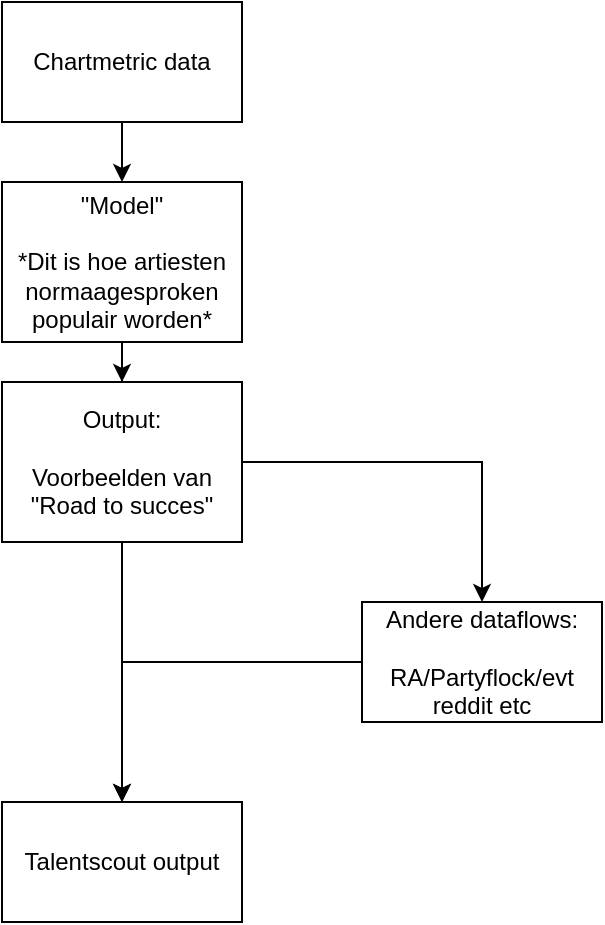
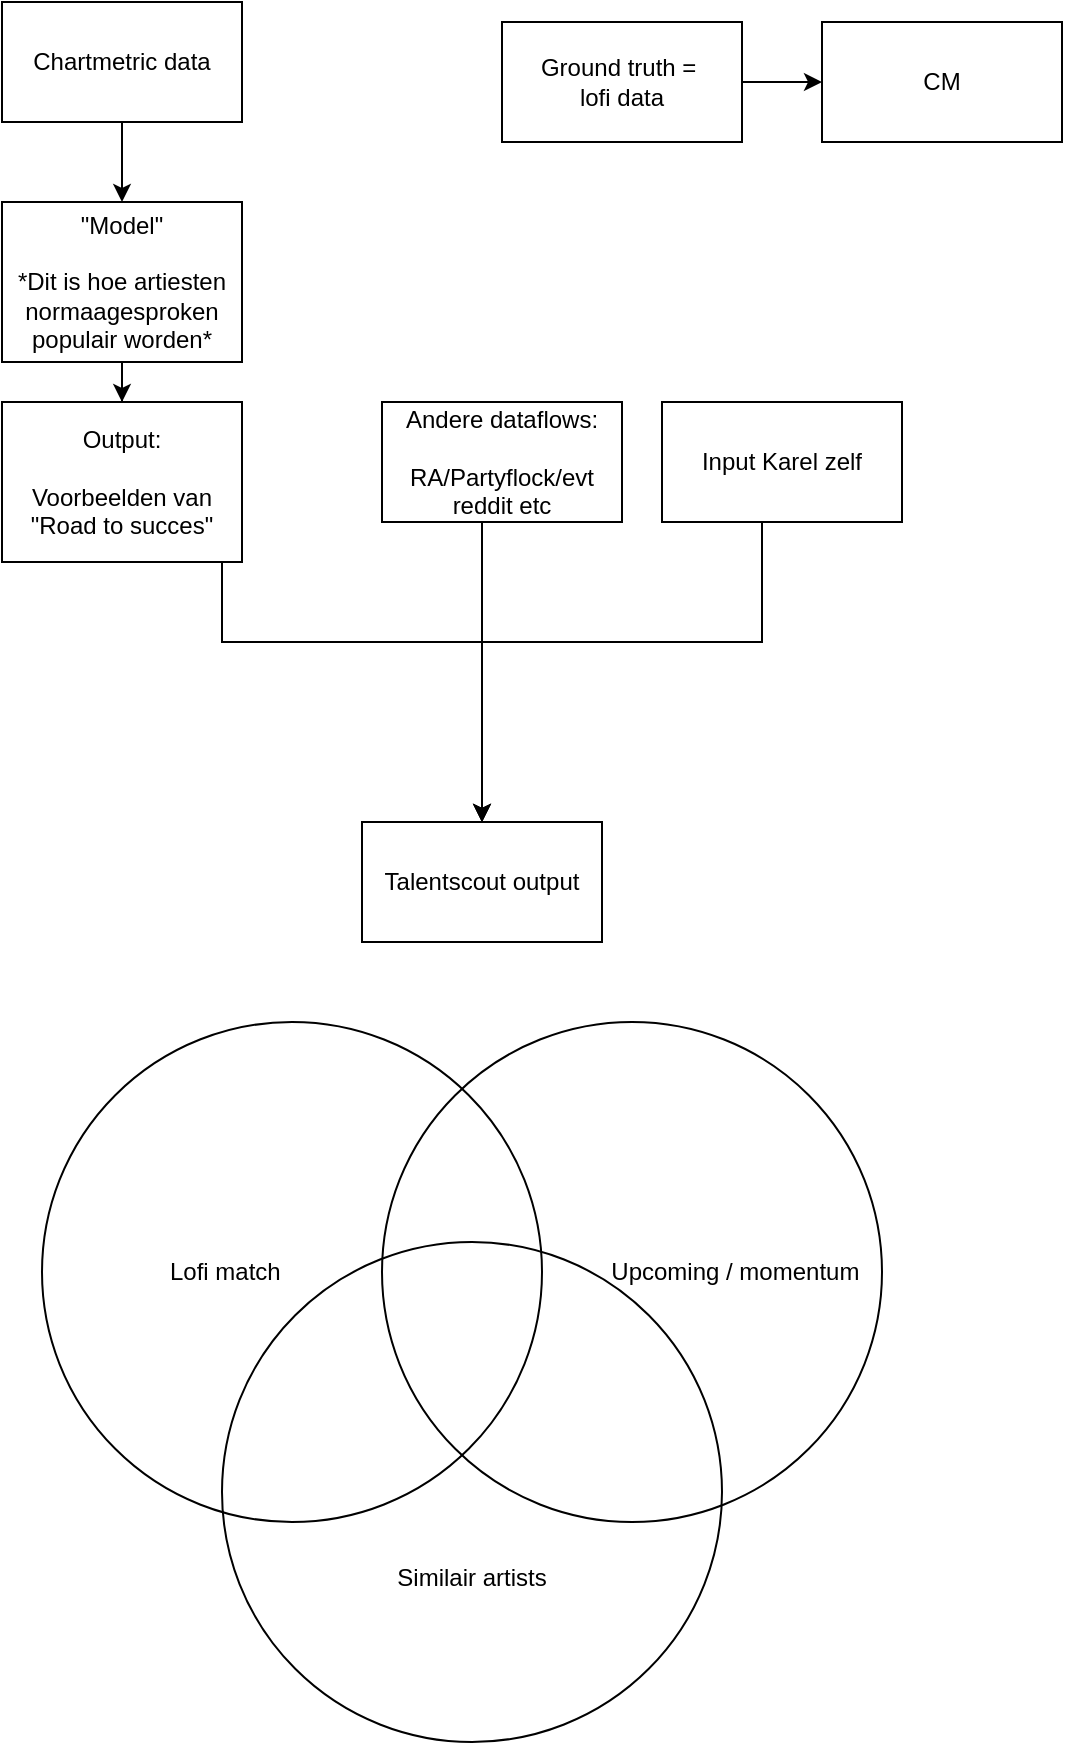
<mxfile host="app.diagrams.net">
  <diagram name="Pagina-1" id="noXttej1SAf8xjOeNVDw">
-     <mxGraphModel dx="1172" dy="628" grid="1" gridSize="10" guides="1" tooltips="1" connect="1" arrows="1" fold="1" page="1" pageScale="1" pageWidth="827" pageHeight="1169" math="0" shadow="0">
+     <mxGraphModel dx="803" dy="431" grid="1" gridSize="10" guides="1" tooltips="1" connect="1" arrows="1" fold="1" page="1" pageScale="1" pageWidth="827" pageHeight="1169" math="0" shadow="0">
      <root>
        <mxCell id="0" />
        <mxCell id="1" parent="0" />
        <mxCell id="akCuC50f9PSZu7p6AyEB-3" edge="1" parent="1" source="akCuC50f9PSZu7p6AyEB-1" style="edgeStyle=orthogonalEdgeStyle;rounded=0;orthogonalLoop=1;jettySize=auto;html=1;" target="akCuC50f9PSZu7p6AyEB-2" value="">
          <mxGeometry relative="1" as="geometry" />
        </mxCell>
        <mxCell id="akCuC50f9PSZu7p6AyEB-1" parent="1" style="rounded=0;whiteSpace=wrap;html=1;" value="Chartmetric data" vertex="1">
-           <mxGeometry height="60" width="120" x="300" y="50" as="geometry" />
+           <mxGeometry height="60" width="120" x="250" y="50" as="geometry" />
        </mxCell>
        <mxCell id="akCuC50f9PSZu7p6AyEB-5" edge="1" parent="1" source="akCuC50f9PSZu7p6AyEB-2" style="edgeStyle=orthogonalEdgeStyle;rounded=0;orthogonalLoop=1;jettySize=auto;html=1;" target="akCuC50f9PSZu7p6AyEB-4" value="">
          <mxGeometry relative="1" as="geometry" />
        </mxCell>
        <mxCell id="akCuC50f9PSZu7p6AyEB-2" parent="1" style="rounded=0;whiteSpace=wrap;html=1;" value="&quot;Model&quot;&lt;div&gt;&lt;br&gt;&lt;/div&gt;&lt;div&gt;*Dit is hoe artiesten normaagesproken populair worden*&lt;/div&gt;" vertex="1">
-           <mxGeometry height="80" width="120" x="300" y="140" as="geometry" />
+           <mxGeometry height="80" width="120" x="250" y="150" as="geometry" />
        </mxCell>
-         <mxCell id="akCuC50f9PSZu7p6AyEB-9" edge="1" parent="1" source="akCuC50f9PSZu7p6AyEB-4" style="edgeStyle=orthogonalEdgeStyle;rounded=0;orthogonalLoop=1;jettySize=auto;html=1;" target="akCuC50f9PSZu7p6AyEB-6">
+         <mxCell id="akCuC50f9PSZu7p6AyEB-11" edge="1" parent="1" source="akCuC50f9PSZu7p6AyEB-4" style="edgeStyle=orthogonalEdgeStyle;rounded=0;orthogonalLoop=1;jettySize=auto;html=1;" target="akCuC50f9PSZu7p6AyEB-8">
+           <mxGeometry relative="1" as="geometry">
+             <Array as="points">
+               <mxPoint x="360" y="370" />
+               <mxPoint x="490" y="370" />
+             </Array>
+           </mxGeometry>
+         </mxCell>
+         <mxCell id="akCuC50f9PSZu7p6AyEB-4" parent="1" style="rounded=0;whiteSpace=wrap;html=1;" value="Output:&lt;div&gt;&lt;br&gt;&lt;/div&gt;&lt;div&gt;Voorbeelden van &quot;Road to succes&quot;&lt;/div&gt;" vertex="1">
+           <mxGeometry height="80" width="120" x="250" y="250" as="geometry" />
+         </mxCell>
+         <mxCell id="akCuC50f9PSZu7p6AyEB-13" edge="1" parent="1" source="akCuC50f9PSZu7p6AyEB-6" style="edgeStyle=orthogonalEdgeStyle;rounded=0;orthogonalLoop=1;jettySize=auto;html=1;entryX=0.5;entryY=0;entryDx=0;entryDy=0;" target="akCuC50f9PSZu7p6AyEB-8">
+           <mxGeometry relative="1" as="geometry">
+             <Array as="points">
+               <mxPoint x="490" y="310" />
+               <mxPoint x="490" y="310" />
+             </Array>
+           </mxGeometry>
+         </mxCell>
+         <mxCell id="akCuC50f9PSZu7p6AyEB-6" parent="1" style="rounded=0;whiteSpace=wrap;html=1;" value="Andere dataflows:&lt;div&gt;&lt;br&gt;&lt;/div&gt;&lt;div&gt;RA/Partyflock/evt reddit etc&lt;/div&gt;" vertex="1">
+           <mxGeometry height="60" width="120" x="440" y="250" as="geometry" />
+         </mxCell>
+         <mxCell id="akCuC50f9PSZu7p6AyEB-8" parent="1" style="rounded=0;whiteSpace=wrap;html=1;" value="Talentscout output" vertex="1">
+           <mxGeometry height="60" width="120" x="430" y="460" as="geometry" />
+         </mxCell>
+         <mxCell id="akCuC50f9PSZu7p6AyEB-16" edge="1" parent="1" source="akCuC50f9PSZu7p6AyEB-14" style="edgeStyle=orthogonalEdgeStyle;rounded=0;orthogonalLoop=1;jettySize=auto;html=1;" target="akCuC50f9PSZu7p6AyEB-8">
+           <mxGeometry relative="1" as="geometry">
+             <Array as="points">
+               <mxPoint x="630" y="370" />
+               <mxPoint x="490" y="370" />
+             </Array>
+           </mxGeometry>
+         </mxCell>
+         <mxCell id="akCuC50f9PSZu7p6AyEB-14" parent="1" style="rounded=0;whiteSpace=wrap;html=1;" value="Input Karel zelf" vertex="1">
+           <mxGeometry height="60" width="120" x="580" y="250" as="geometry" />
+         </mxCell>
+         <mxCell id="akCuC50f9PSZu7p6AyEB-19" edge="1" parent="1" source="akCuC50f9PSZu7p6AyEB-17" style="edgeStyle=orthogonalEdgeStyle;rounded=0;orthogonalLoop=1;jettySize=auto;html=1;" target="akCuC50f9PSZu7p6AyEB-18" value="">
          <mxGeometry relative="1" as="geometry" />
        </mxCell>
-         <mxCell id="akCuC50f9PSZu7p6AyEB-11" edge="1" parent="1" source="akCuC50f9PSZu7p6AyEB-4" style="edgeStyle=orthogonalEdgeStyle;rounded=0;orthogonalLoop=1;jettySize=auto;html=1;" target="akCuC50f9PSZu7p6AyEB-8">
-           <mxGeometry relative="1" as="geometry" />
+         <mxCell id="akCuC50f9PSZu7p6AyEB-17" parent="1" style="rounded=0;whiteSpace=wrap;html=1;" value="Ground truth =&amp;nbsp;&lt;div&gt;lofi data&lt;/div&gt;" vertex="1">
+           <mxGeometry height="60" width="120" x="500" y="60" as="geometry" />
        </mxCell>
-         <mxCell id="akCuC50f9PSZu7p6AyEB-4" parent="1" style="rounded=0;whiteSpace=wrap;html=1;" value="Output:&lt;div&gt;&lt;br&gt;&lt;/div&gt;&lt;div&gt;Voorbeelden van &quot;Road to succes&quot;&lt;/div&gt;" vertex="1">
-           <mxGeometry height="80" width="120" x="300" y="240" as="geometry" />
+         <mxCell id="akCuC50f9PSZu7p6AyEB-18" parent="1" style="rounded=0;whiteSpace=wrap;html=1;" value="CM" vertex="1">
+           <mxGeometry height="60" width="120" x="660" y="60" as="geometry" />
        </mxCell>
-         <mxCell id="akCuC50f9PSZu7p6AyEB-10" edge="1" parent="1" source="akCuC50f9PSZu7p6AyEB-6" style="edgeStyle=orthogonalEdgeStyle;rounded=0;orthogonalLoop=1;jettySize=auto;html=1;" target="akCuC50f9PSZu7p6AyEB-8">
-           <mxGeometry relative="1" as="geometry" />
+         <mxCell id="akCuC50f9PSZu7p6AyEB-20" parent="1" style="ellipse;whiteSpace=wrap;html=1;fillColor=none;" value="Lofi match&amp;nbsp; &amp;nbsp; &amp;nbsp; &amp;nbsp; &amp;nbsp; &amp;nbsp; &amp;nbsp; &amp;nbsp; &amp;nbsp; &amp;nbsp;&amp;nbsp;" vertex="1">
+           <mxGeometry height="250" width="250" x="270" y="560" as="geometry" />
        </mxCell>
-         <mxCell id="akCuC50f9PSZu7p6AyEB-6" parent="1" style="rounded=0;whiteSpace=wrap;html=1;" value="Andere dataflows:&lt;div&gt;&lt;br&gt;&lt;/div&gt;&lt;div&gt;RA/Partyflock/evt reddit etc&lt;/div&gt;" vertex="1">
-           <mxGeometry height="60" width="120" x="480" y="350" as="geometry" />
+         <mxCell id="akCuC50f9PSZu7p6AyEB-21" parent="1" style="ellipse;whiteSpace=wrap;html=1;fillColor=none;" value="&amp;nbsp; &amp;nbsp; &amp;nbsp; &amp;nbsp; &amp;nbsp; &amp;nbsp; &amp;nbsp; &amp;nbsp; &amp;nbsp; &amp;nbsp; &amp;nbsp; &amp;nbsp; &amp;nbsp; &amp;nbsp; &amp;nbsp; &amp;nbsp;&lt;span style=&quot;background-color: transparent; color: light-dark(rgb(0, 0, 0), rgb(255, 255, 255));&quot;&gt;Upcoming / momentum&lt;/span&gt;" vertex="1">
+           <mxGeometry height="250" width="250" x="440" y="560" as="geometry" />
        </mxCell>
-         <mxCell id="akCuC50f9PSZu7p6AyEB-8" parent="1" style="rounded=0;whiteSpace=wrap;html=1;" value="Talentscout output" vertex="1">
-           <mxGeometry height="60" width="120" x="300" y="450" as="geometry" />
+         <mxCell id="akCuC50f9PSZu7p6AyEB-23" parent="1" style="ellipse;whiteSpace=wrap;html=1;fillColor=none;" value="&lt;div&gt;&lt;br&gt;&lt;/div&gt;&lt;div&gt;&lt;br&gt;&lt;/div&gt;&lt;div&gt;&lt;br&gt;&lt;/div&gt;&lt;div&gt;&lt;br&gt;&lt;/div&gt;&lt;div&gt;&lt;br&gt;&lt;/div&gt;&lt;div&gt;&lt;br&gt;&lt;/div&gt;&lt;div&gt;Similair artists&lt;/div&gt;" vertex="1">
+           <mxGeometry height="250" width="250" x="360" y="670" as="geometry" />
        </mxCell>
      </root>
    </mxGraphModel>
  </diagram>
</mxfile>
